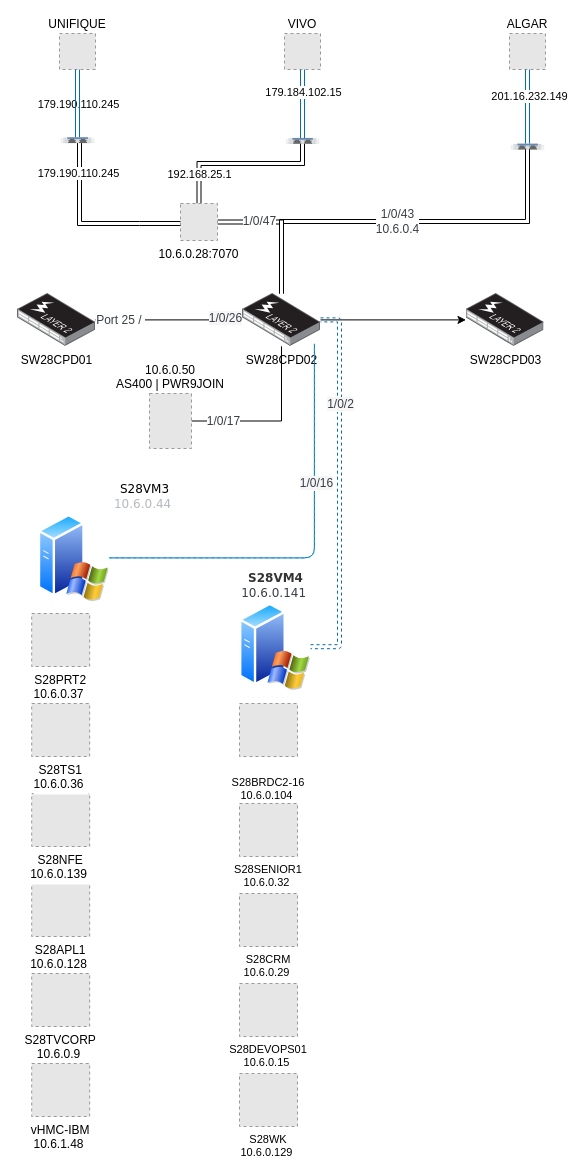
Before: iLPEA DO bRASIL.drawio in hotschumacher/HyperV, a draw.io diagram. Source tidied: cells renumbered, new cells numbered last; positions are measured from the earlier drawing's top-left corner, leaving out a move shared by most shapes. Both pictures are drawn from the tidied source at 100%, with x=0, y=0 at pixel (17, 33). Pictures stored in the file or linked from it are replaced by grey dashed boxes.
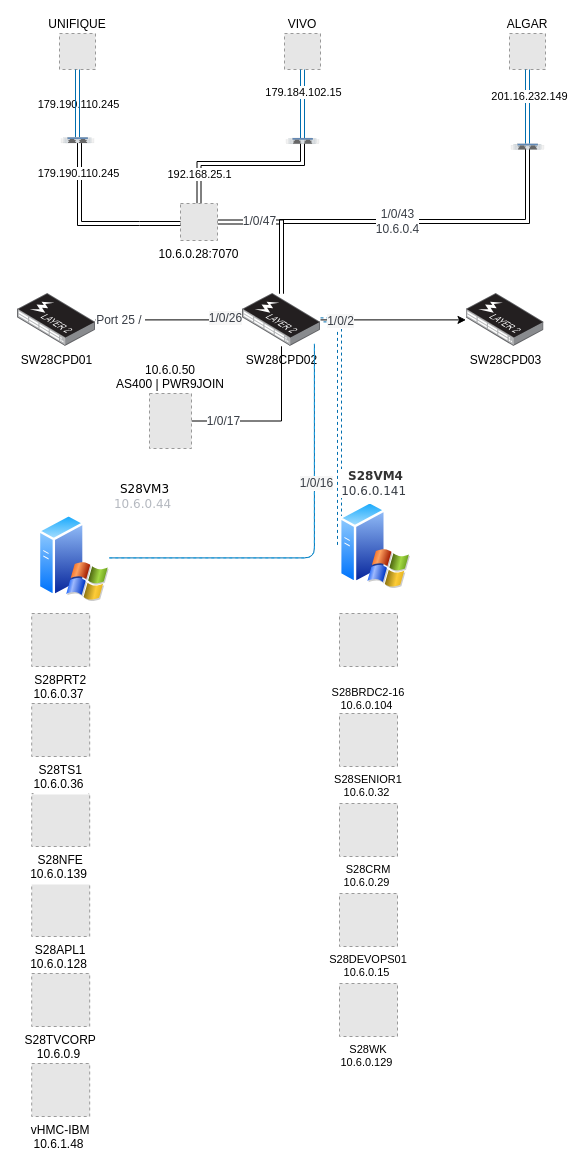
The same diagram, later.

Diff of the diagram source:
```diff
@@
     <mxCell id="45" value="&lt;span style=&quot;color: rgb(51, 51, 51); font-weight: 700; text-align: start; text-wrap-mode: wrap; background-color: rgb(255, 255, 255);&quot;&gt;&lt;font face=&quot;Verdana&quot;&gt;S28VM4&lt;/font&gt;&lt;/span&gt;&lt;div&gt;&lt;span style=&quot;color: rgb(57, 62, 70); text-align: start; text-wrap-mode: wrap; background-color: rgb(255, 255, 255);&quot;&gt;&lt;font face=&quot;Verdana&quot;&gt;10.6.0.141&amp;nbsp;&lt;/font&gt;&lt;/span&gt;&lt;span style=&quot;color: rgb(51, 51, 51); font-family: Geneva, Arial, Helvetica, sans-serif; font-weight: 700; text-align: start; text-wrap-mode: wrap; background-color: rgb(255, 255, 255);&quot;&gt;&lt;/span&gt;&lt;/div&gt;" style="image;perimeter=ellipsePerimeter;html=1;align=center;shadow=0;dashed=0;spacingTop=3;image=img/lib/active_directory/windows_server_2.svg;labelPosition=center;verticalLabelPosition=top;verticalAlign=bottom;" parent="1" vertex="1">
-      <mxGeometry x="222" y="568.8" width="71" height="88.8" as="geometry" />
+      <mxGeometry x="322" y="467" width="71" height="88.8" as="geometry" />
     </mxCell>
+    <mxCell id="51" style="group;" parent="1" vertex="1">
+      <mxGeometry x="322" y="580" width="58" height="423" as="geometry" />
+    </mxCell>
-    <mxCell id="46" value="&#10;S28BRDC2-16&#10;10.6.0.104 " style="fillColor=#E6E6E6;strokeColor=#999999;dashed=1;verticalLabelPosition=bottom;labelBackgroundColor=#ffffff;verticalAlign=top;align=center;fontFamily=Helvetica;fontSize=11;fontColor=default;" parent="1" vertex="1">
-      <mxGeometry x="222" y="670" width="58" height="53" as="geometry" />
+    <mxCell id="46" value="&#10;S28BRDC2-16&#10;10.6.0.104 " style="fillColor=#E6E6E6;strokeColor=#999999;dashed=1;verticalLabelPosition=bottom;labelBackgroundColor=#ffffff;verticalAlign=top;align=center;fontFamily=Helvetica;fontSize=11;fontColor=default;" parent="51" vertex="1">
+      <mxGeometry width="58" height="53" as="geometry" />
     </mxCell>
-    <mxCell id="47" value="S28SENIOR1&#10;10.6.0.32 &#10;&#10;" style="fillColor=#E6E6E6;strokeColor=#999999;dashed=1;verticalLabelPosition=bottom;labelBackgroundColor=#ffffff;verticalAlign=top;align=center;fontFamily=Helvetica;fontSize=11;fontColor=default;" parent="1" vertex="1">
-      <mxGeometry x="222" y="770" width="58" height="53" as="geometry" />
+    <mxCell id="47" value="S28SENIOR1&#10;10.6.0.32 &#10;&#10;" style="fillColor=#E6E6E6;strokeColor=#999999;dashed=1;verticalLabelPosition=bottom;labelBackgroundColor=#ffffff;verticalAlign=top;align=center;fontFamily=Helvetica;fontSize=11;fontColor=default;" parent="51" vertex="1">
+      <mxGeometry y="100" width="58" height="53" as="geometry" />
     </mxCell>
-    <mxCell id="48" value="S28CRM&#10;10.6.0.29 " style="fillColor=#E6E6E6;strokeColor=#999999;dashed=1;verticalLabelPosition=bottom;labelBackgroundColor=#ffffff;verticalAlign=top;align=center;fontFamily=Helvetica;fontSize=11;fontColor=default;" parent="1" vertex="1">
-      <mxGeometry x="222" y="860" width="58" height="53" as="geometry" />
+    <mxCell id="48" value="S28CRM&#10;10.6.0.29 " style="fillColor=#E6E6E6;strokeColor=#999999;dashed=1;verticalLabelPosition=bottom;labelBackgroundColor=#ffffff;verticalAlign=top;align=center;fontFamily=Helvetica;fontSize=11;fontColor=default;" parent="51" vertex="1">
+      <mxGeometry y="190" width="58" height="53" as="geometry" />
     </mxCell>
-    <mxCell id="49" value="S28DEVOPS01&#10;10.6.0.15 &#10;&#10;" style="fillColor=#E6E6E6;strokeColor=#999999;dashed=1;verticalLabelPosition=bottom;labelBackgroundColor=#ffffff;verticalAlign=top;align=center;fontFamily=Helvetica;fontSize=11;fontColor=default;" parent="1" vertex="1">
-      <mxGeometry x="222" y="950" width="58" height="53" as="geometry" />
+    <mxCell id="49" value="S28DEVOPS01&#10;10.6.0.15 &#10;&#10;" style="fillColor=#E6E6E6;strokeColor=#999999;dashed=1;verticalLabelPosition=bottom;labelBackgroundColor=#ffffff;verticalAlign=top;align=center;fontFamily=Helvetica;fontSize=11;fontColor=default;" parent="51" vertex="1">
+      <mxGeometry y="280" width="58" height="53" as="geometry" />
     </mxCell>
-    <mxCell id="50" value="S28WK&#10;10.6.0.129 &#10;" style="fillColor=#E6E6E6;strokeColor=#999999;dashed=1;verticalLabelPosition=bottom;labelBackgroundColor=#ffffff;verticalAlign=top;align=center;fontFamily=Helvetica;fontSize=11;fontColor=default;" parent="1" vertex="1">
-      <mxGeometry x="222" y="1040" width="58" height="53" as="geometry" />
+    <mxCell id="50" value="S28WK&#10;10.6.0.129 &#10;" style="fillColor=#E6E6E6;strokeColor=#999999;dashed=1;verticalLabelPosition=bottom;labelBackgroundColor=#ffffff;verticalAlign=top;align=center;fontFamily=Helvetica;fontSize=11;fontColor=default;" parent="51" vertex="1">
+      <mxGeometry y="370" width="58" height="53" as="geometry" />
     </mxCell>
```
